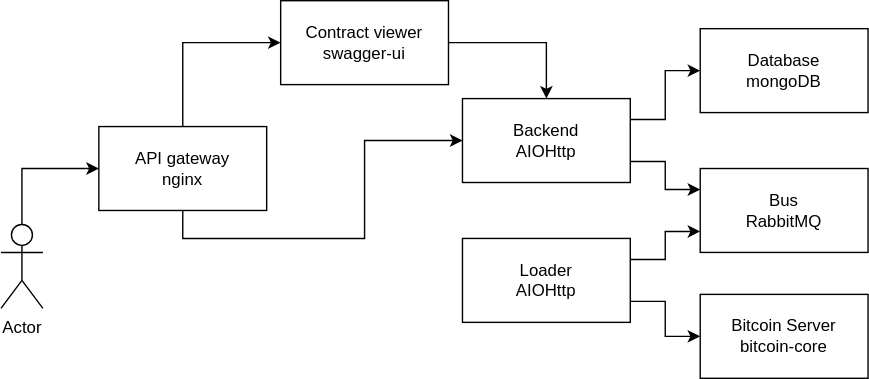
mas-student/softwarearchitect-2019-11-explorer keeps this draw.io diagram as architecture.svg. Above is the earlier version. Source tidied: cells renumbered, new cells last; positions are measured from the earlier drawing's top-left corner, leaving out a move shared by most shapes.
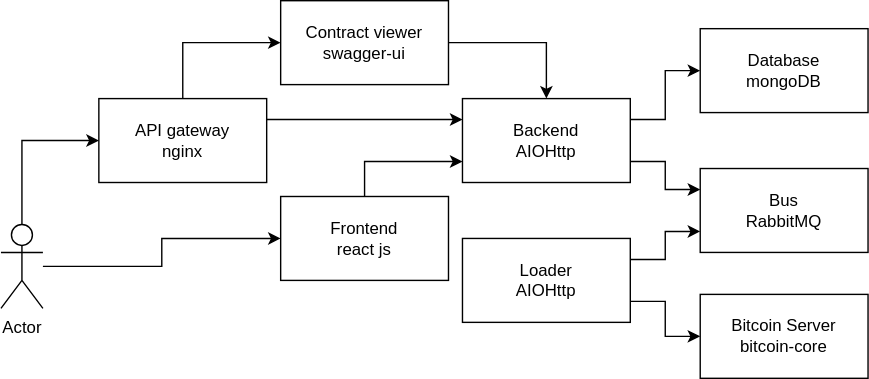
After the commit.

Diff of the diagram source:
```diff
@@ -5,11 +5,11 @@
     <mxCell id="2" style="edgeStyle=orthogonalEdgeStyle;rounded=0;jettySize=auto;html=1;exitX=0.5;exitY=0;exitDx=0;exitDy=0;entryX=0;entryY=0.5;entryDx=0;entryDy=0;" parent="1" edge="1" source="4" target="6">
       <mxGeometry relative="1" as="geometry" />
     </mxCell>
-    <mxCell id="3" style="edgeStyle=orthogonalEdgeStyle;rounded=0;jettySize=auto;html=1;exitX=0.5;exitY=1;exitDx=0;exitDy=0;entryX=0;entryY=0.5;entryDx=0;entryDy=0;" parent="1" edge="1" source="4" target="9">
+    <mxCell id="3" style="edgeStyle=orthogonalEdgeStyle;rounded=0;jettySize=auto;html=1;exitX=1;exitY=0.25;exitDx=0;exitDy=0;entryX=0;entryY=0.25;entryDx=0;entryDy=0;" parent="1" edge="1" source="4" target="9">
       <mxGeometry relative="1" as="geometry" />
     </mxCell>
     <mxCell id="4" value="&lt;div&gt;API gateway&lt;/div&gt;&lt;div&gt;nginx&lt;br&gt;&lt;/div&gt;" style="rounded=0;whiteSpace=wrap;html=1;" parent="1" vertex="1">
-      <mxGeometry x="70" y="90" width="120" height="60" as="geometry" />
+      <mxGeometry x="70" y="70" width="120" height="60" as="geometry" />
     </mxCell>
     <mxCell id="5" style="edgeStyle=orthogonalEdgeStyle;rounded=0;jettySize=auto;html=1;entryX=0.5;entryY=0;entryDx=0;entryDy=0;exitX=1;exitY=0.5;exitDx=0;exitDy=0;" parent="1" edge="1" source="6" target="9">
       <mxGeometry relative="1" as="geometry" />
@@ -29,6 +29,9 @@
     <mxCell id="10" style="edgeStyle=orthogonalEdgeStyle;rounded=0;jettySize=auto;html=1;exitX=0.5;exitY=0;exitDx=0;exitDy=0;exitPerimeter=0;entryX=0;entryY=0.5;entryDx=0;entryDy=0;" parent="1" edge="1" source="11" target="4">
       <mxGeometry relative="1" as="geometry" />
     </mxCell>
+    <mxCell id="18" style="edgeStyle=orthogonalEdgeStyle;rounded=0;jettySize=auto;html=1;" parent="1" edge="1" source="11" target="20">
+      <mxGeometry relative="1" as="geometry" />
+    </mxCell>
     <mxCell id="11" value="Actor" style="shape=umlActor;verticalLabelPosition=bottom;labelBackgroundColor=#ffffff;verticalAlign=top;html=1;outlineConnect=0;" parent="1" vertex="1">
       <mxGeometry y="160" width="30" height="60" as="geometry" />
     </mxCell>
@@ -50,5 +53,11 @@
     <mxCell id="17" value="&lt;div&gt;Bitcoin Server&lt;br&gt;&lt;/div&gt;&lt;div&gt;bitcoin-core&lt;/div&gt;" style="rounded=0;whiteSpace=wrap;html=1;" parent="1" vertex="1">
       <mxGeometry x="500" y="210" width="120" height="60" as="geometry" />
     </mxCell>
+    <mxCell id="19" style="edgeStyle=orthogonalEdgeStyle;rounded=0;jettySize=auto;html=1;entryX=0;entryY=0.75;entryDx=0;entryDy=0;exitX=0.5;exitY=0;exitDx=0;exitDy=0;" parent="1" edge="1" source="20" target="9">
+      <mxGeometry relative="1" as="geometry" />
+    </mxCell>
+    <mxCell id="20" value="&lt;div&gt;Frontend&lt;br&gt;&lt;/div&gt;&lt;div&gt;react js&lt;/div&gt;" style="rounded=0;whiteSpace=wrap;html=1;" parent="1" vertex="1">
+      <mxGeometry x="200" y="140" width="120" height="60" as="geometry" />
+    </mxCell>
   </root>
 </mxGraphModel>
```
